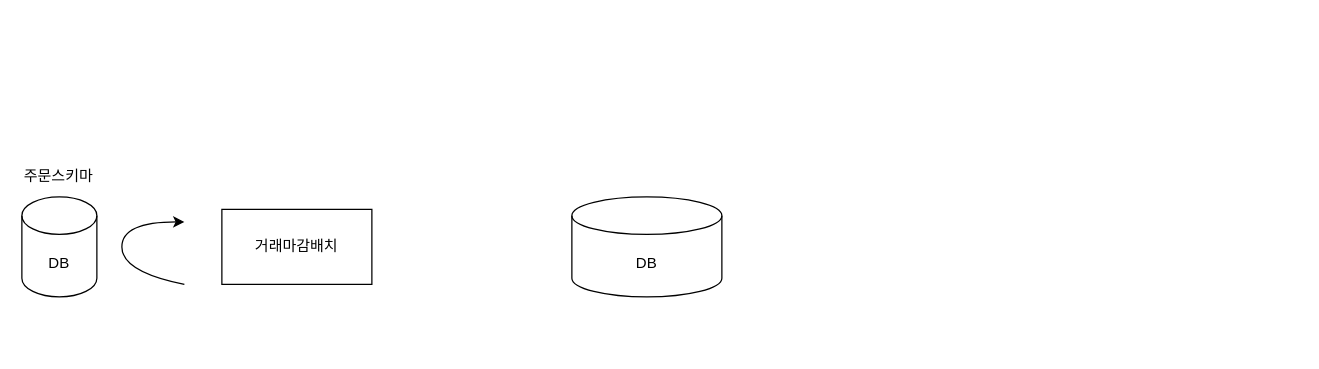
This is 멀티스레드스프링배치.drawio from SongYoungMin-304/algorithm, a draw.io file, before an edit. Source tidied: cells renumbered, new cells numbered last; positions are measured from the earlier drawing's top-left corner, leaving out a move shared by most shapes. Both pictures are drawn from the tidied source at 125%, with x=0, y=0 at pixel (21, 159).
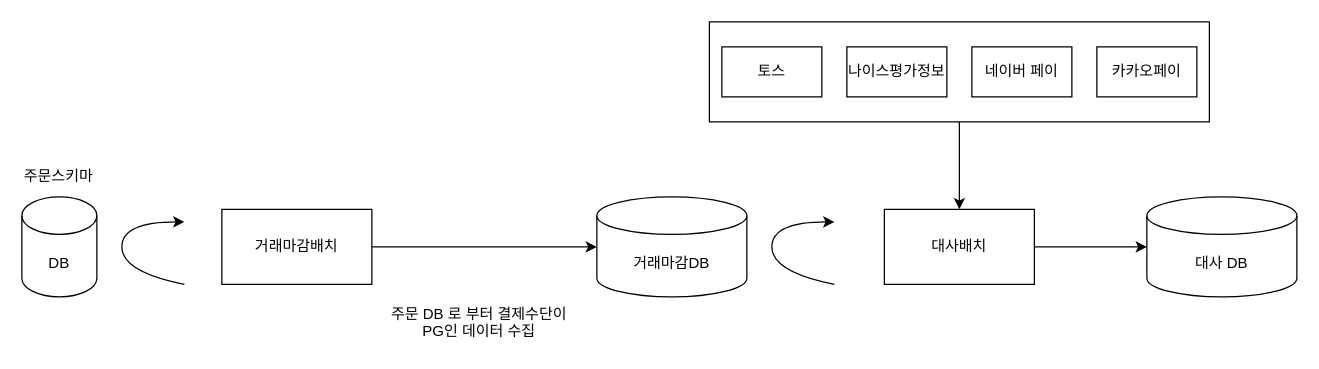
The same page after the edit.

Commit message (it also covers changes not shown here):
멀티스레드스프링배치.drawio 업데이트

Unchanged cells that the change refers to:
```xml
<mxCell id="5" value="거래마감배치" style="rounded=0;whiteSpace=wrap;html=1;" parent="1" vertex="1">
  <mxGeometry x="160" y="40" width="120" height="60" as="geometry" />
</mxCell>
```

What changed in the source:
```diff
@@
+    <mxCell id="7" style="edgeStyle=orthogonalEdgeStyle;rounded=0;jettySize=auto;html=1;" parent="1" edge="1" source="8" target="13">
+      <mxGeometry relative="1" as="geometry" />
+    </mxCell>
+    <mxCell id="8" style="rounded=0;whiteSpace=wrap;html=1;" parent="1" vertex="1">
+      <mxGeometry x="550" y="-110" width="400" height="80" as="geometry" />
+    </mxCell>
@@
+    <mxCell id="9" style="edgeStyle=orthogonalEdgeStyle;rounded=0;jettySize=auto;html=1;entryX=0;entryY=0.5;entryDx=0;entryDy=0;entryPerimeter=0;" parent="1" edge="1" source="5" target="6">
+      <mxGeometry relative="1" as="geometry" />
+    </mxCell>
@@
-    <mxCell id="6" value="DB" style="shape=cylinder3;whiteSpace=wrap;html=1;boundedLbl=1;backgroundOutline=1;size=15;" parent="1" vertex="1">
-      <mxGeometry x="440" y="30" width="120" height="80" as="geometry" />
+    <mxCell id="6" value="거래마감DB" style="shape=cylinder3;whiteSpace=wrap;html=1;boundedLbl=1;backgroundOutline=1;size=15;" parent="1" vertex="1">
+      <mxGeometry x="460" y="30" width="120" height="80" as="geometry" />
     </mxCell>
+    <mxCell id="10" value="&lt;div style=&quot;text-align: center;&quot;&gt;&lt;span style=&quot;background-color: transparent; color: light-dark(rgb(0, 0, 0), rgb(255, 255, 255));&quot;&gt;주문 DB 로 부터 결제수단이 PG인 데이터 수집&lt;/span&gt;&lt;/div&gt;" style="text;whiteSpace=wrap;html=1;" parent="1" vertex="1">
+      <mxGeometry x="290" y="110" width="150" height="40" as="geometry" />
+    </mxCell>
+    <mxCell id="11" style="curved=1;endArrow=classic;html=1;rounded=0;" parent="1" edge="1">
+      <mxGeometry relative="1" as="geometry">
+        <mxPoint x="650" y="100" as="sourcePoint" />
+        <mxPoint x="650" y="50" as="targetPoint" />
+        <Array as="points">
+          <mxPoint x="650" y="100" />
+          <mxPoint x="600" y="90" />
+          <mxPoint x="600" y="50" />
+        </Array>
+      </mxGeometry>
+    </mxCell>
+    <mxCell id="12" style="edgeStyle=orthogonalEdgeStyle;rounded=0;jettySize=auto;html=1;" parent="1" edge="1" source="13" target="18">
+      <mxGeometry relative="1" as="geometry" />
+    </mxCell>
+    <mxCell id="13" value="대사배치" style="rounded=0;whiteSpace=wrap;html=1;" parent="1" vertex="1">
+      <mxGeometry x="690" y="40" width="120" height="60" as="geometry" />
+    </mxCell>
+    <mxCell id="14" value="토스" style="rounded=0;whiteSpace=wrap;html=1;" parent="1" vertex="1">
+      <mxGeometry x="560" y="-90" width="80" height="40" as="geometry" />
+    </mxCell>
+    <mxCell id="15" value="나이스평가정보" style="rounded=0;whiteSpace=wrap;html=1;" parent="1" vertex="1">
+      <mxGeometry x="660" y="-90" width="80" height="40" as="geometry" />
+    </mxCell>
+    <mxCell id="16" value="네이버 페이" style="rounded=0;whiteSpace=wrap;html=1;" parent="1" vertex="1">
+      <mxGeometry x="760" y="-90" width="80" height="40" as="geometry" />
+    </mxCell>
+    <mxCell id="17" value="카카오페이" style="rounded=0;whiteSpace=wrap;html=1;" parent="1" vertex="1">
+      <mxGeometry x="860" y="-90" width="80" height="40" as="geometry" />
+    </mxCell>
+    <mxCell id="18" value="대사 DB" style="shape=cylinder3;whiteSpace=wrap;html=1;boundedLbl=1;backgroundOutline=1;size=15;" parent="1" vertex="1">
+      <mxGeometry x="900" y="30" width="120" height="80" as="geometry" />
+    </mxCell>
```
